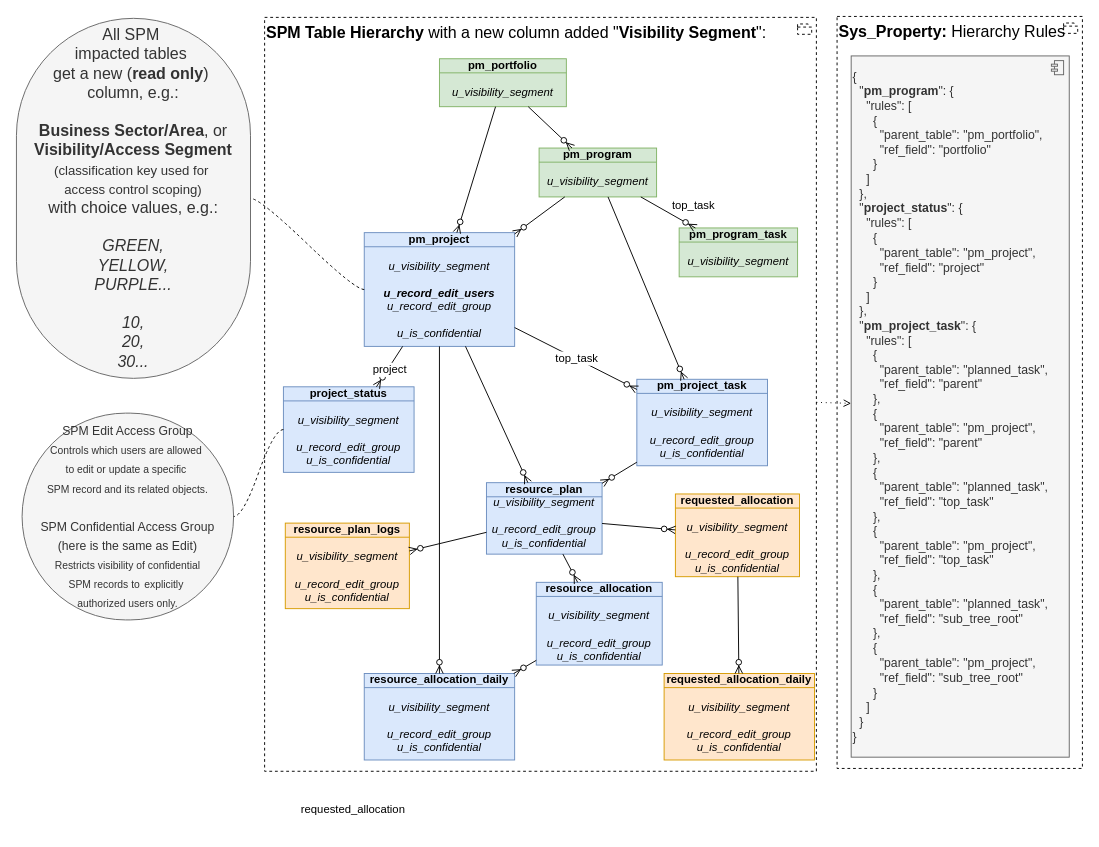
algimas/tmp keeps this draw.io diagram as page "hier1" (4 of 21) of Sar.drawio. Above is the earlier version. Source tidied: cells renumbered, new cells numbered last; positions are measured from the earlier drawing's top-left corner, leaving out a move shared by most shapes. Both pictures are drawn from the tidied source at 94%, with x=0, y=0 at pixel (16, 16).
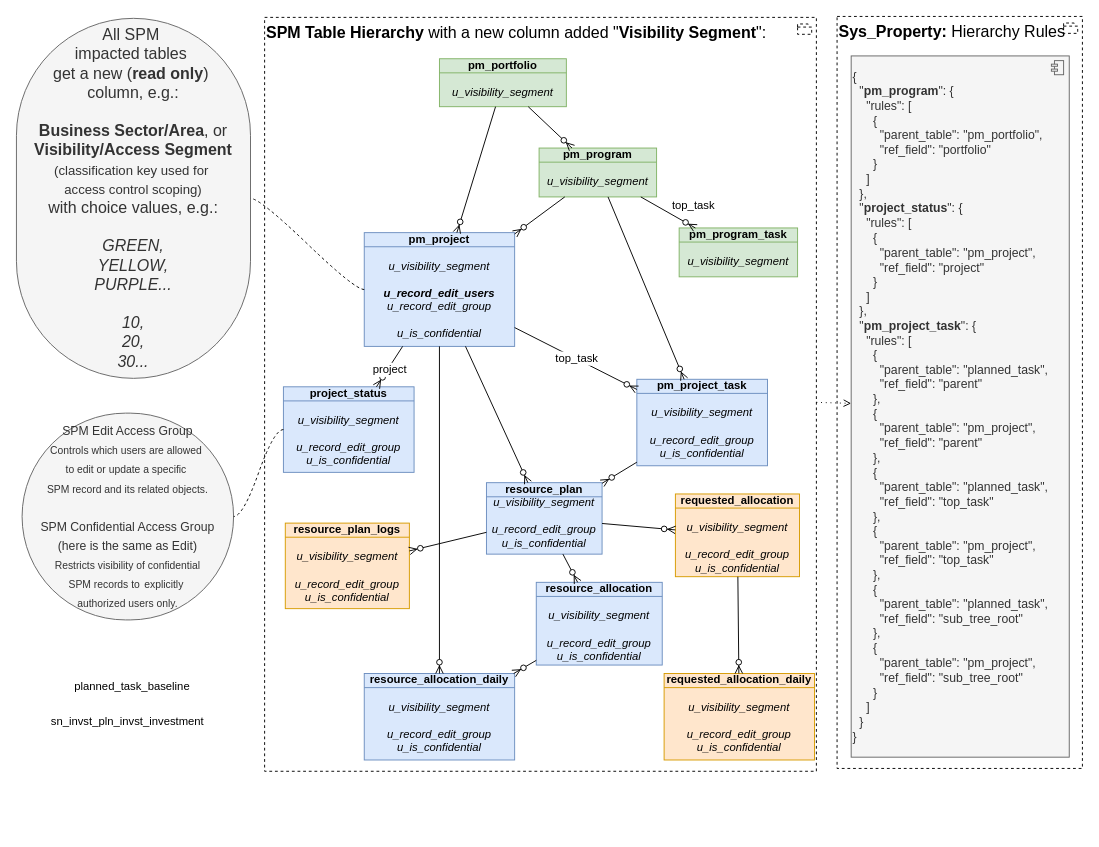
Above is the later version.

Diff of the diagram source:
```diff
@@
-    <mxCell id="10" value="&lt;div&gt;&lt;b&gt;pm_project_task&lt;/b&gt;&lt;/div&gt;&lt;div&gt;&lt;div&gt;&lt;i&gt;&lt;br&gt;&lt;/i&gt;&lt;/div&gt;&lt;div&gt;&lt;i&gt;u_visibility_segment&lt;/i&gt;&lt;/div&gt;&lt;div&gt;&lt;i&gt;&lt;br&gt;&lt;/i&gt;&lt;/div&gt;&lt;div&gt;&lt;i&gt;u_&lt;/i&gt;&lt;i&gt;record&lt;/i&gt;&lt;i&gt;_edit_group&lt;/i&gt;&lt;div&gt;&lt;i&gt;u_is_confidential&lt;/i&gt;&lt;/div&gt;&lt;/div&gt;&lt;/div&gt;" style="html=1;outlineConnect=0;whiteSpace=wrap;fillColor=#dae8fc;shape=mxgraph.archimate3.businessObject;overflow=fill;strokeColor=#6c8ebf;fontStyle=0;fontSize=12;" parent="1" vertex="1">
+    <mxCell id="10" value="&lt;div&gt;&lt;b&gt;pm_project_task&lt;/b&gt;&lt;/div&gt;&lt;div&gt;&lt;div&gt;&lt;i&gt;&lt;br&gt;&lt;/i&gt;&lt;/div&gt;&lt;div&gt;&lt;i&gt;u_visibility_segment&lt;/i&gt;&lt;/div&gt;&lt;div&gt;&lt;br&gt;&lt;/div&gt;&lt;div&gt;&lt;i&gt;u_&lt;/i&gt;&lt;i&gt;record&lt;/i&gt;&lt;i&gt;_edit_group&lt;/i&gt;&lt;div&gt;&lt;i&gt;u_is_confidential&lt;/i&gt;&lt;/div&gt;&lt;/div&gt;&lt;/div&gt;" style="html=1;outlineConnect=0;whiteSpace=wrap;fillColor=#dae8fc;shape=mxgraph.archimate3.businessObject;overflow=fill;strokeColor=#6c8ebf;fontStyle=0;fontSize=12;" parent="1" vertex="1">
       <mxGeometry x="660" y="386" width="139" height="92" as="geometry" />
     </mxCell>
@@
-    <mxCell id="34" value="requested_allocation" style="text;whiteSpace=wrap;" parent="1" vertex="1">
-      <mxGeometry x="301" y="830" width="139" height="36" as="geometry" />
-    </mxCell>
@@
+    <mxCell id="41" value="&lt;span style=&quot;font-weight: normal;&quot;&gt;planned_task_baseline&lt;/span&gt;" style="text;whiteSpace=wrap;html=1;" parent="1" vertex="1">
+      <mxGeometry x="60" y="699" width="151" height="36" as="geometry" />
+    </mxCell>
+    <mxCell id="42" value="sn_invst_pln_invst_investment" style="text;whiteSpace=wrap;" parent="1" vertex="1">
+      <mxGeometry x="35" y="736" width="212" height="36" as="geometry" />
+    </mxCell>
```
